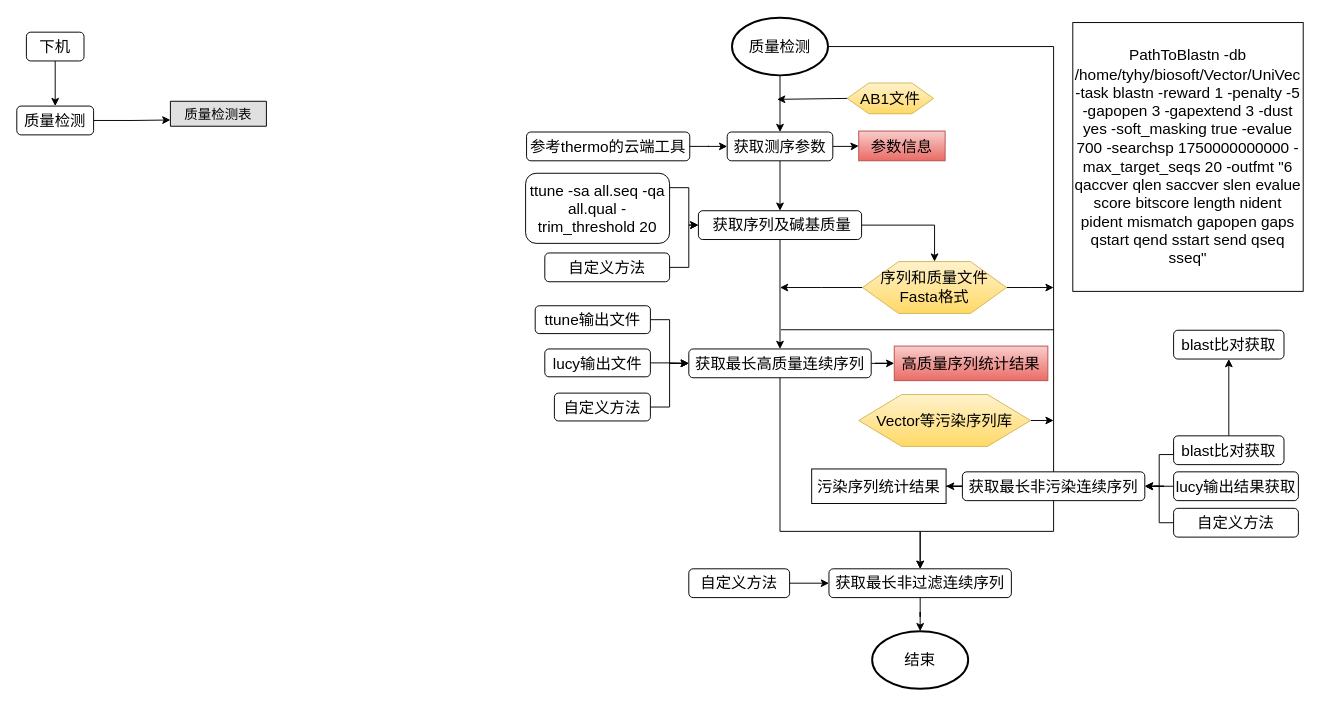
The draw.io diagram doc/FlowChat.drawio in lry198010/SangerSequenceAnalysis, before the edit. Source tidied: cells renumbered, new cells numbered last; positions are measured from the earlier drawing's top-left corner, leaving out a move shared by most shapes. Both pictures are drawn from the tidied source at 96%, with x=0, y=0 at pixel (16, 17).
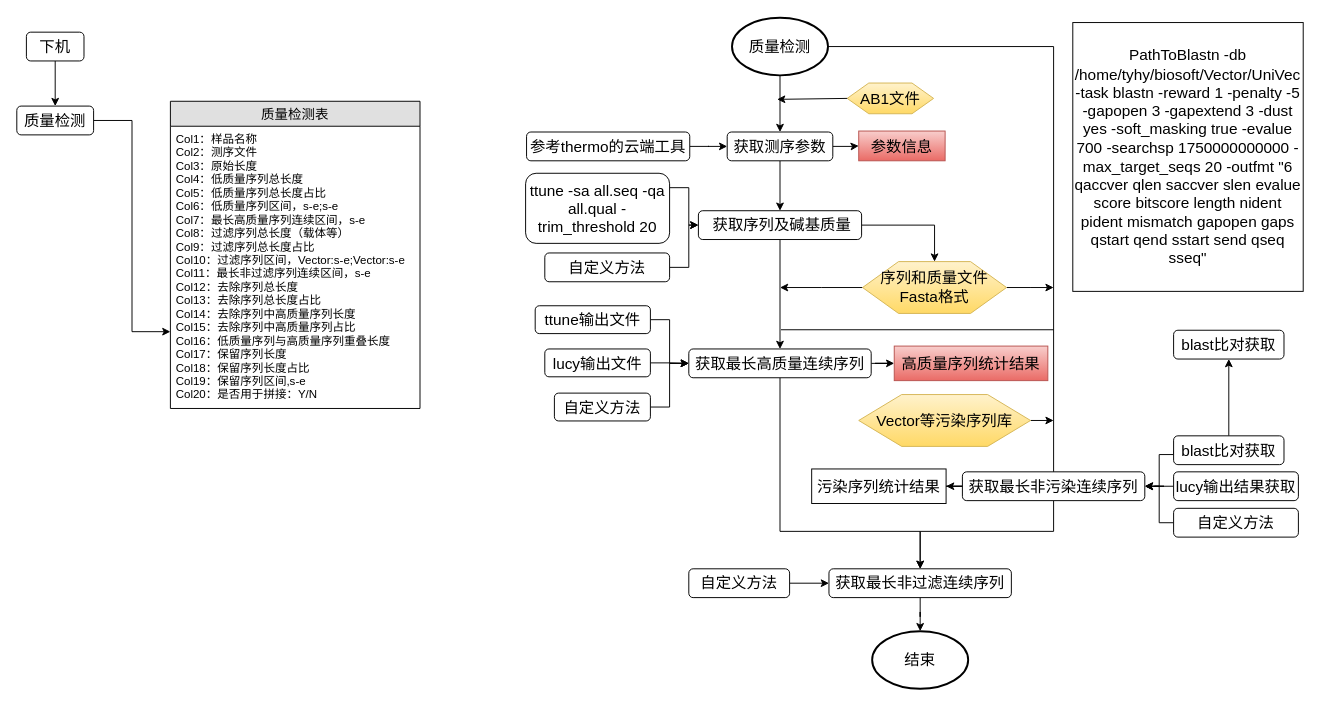
The same diagram, later.

Commit message:
Add Assembled Stat in Quality check output table. FlowChat.drawio

What changed in the source:
```diff
@@
-    <mxCell id="6" value="质量检测表" style="swimlane;fontStyle=0;horizontal=1;startSize=26;fillColor=#e0e0e0;swimlaneFillColor=#ffffff;align=center;fontSize=14;" parent="1" vertex="1" collapsed="1">
-      <mxGeometry x="160" y="87" width="100" height="26" as="geometry" />
+    <mxCell id="6" value="质量检测表" style="swimlane;fontStyle=0;horizontal=1;startSize=26;fillColor=#e0e0e0;swimlaneFillColor=#ffffff;align=center;fontSize=14;" parent="1" vertex="1">
+      <mxGeometry x="160" y="87" width="260" height="320" as="geometry" />
     </mxCell>
+    <mxCell id="59" value="Col1：样品名称&#10;Col2：测序文件&#10;Col3：原始长度&#10;Col4：低质量序列总长度&#10;Col5：低质量序列总长度占比&#10;Col6：低质量序列区间，s-e;s-e&#10;Col7：最长高质量序列连续区间，s-e&#10;Col8：过滤序列总长度（载体等）&#10;Col9：过滤序列总长度占比&#10;Col10：过滤序列区间，Vector:s-e;Vector:s-e&#10;Col11：最长非过滤序列连续区间，s-e&#10;Col12：去除序列总长度&#10;Col13：去除序列总长度占比&#10;Col14：去除序列中高质量序列长度&#10;Col15：去除序列中高质量序列占比&#10;Col16：低质量序列与高质量序列重叠长度&#10;Col17：保留序列长度&#10;Col18：保留序列长度占比&#10;Col19：保留序列区间,s-e&#10;Col20：是否用于拼接：Y/N&#10;" style="text;strokeColor=none;fillColor=none;spacingLeft=4;spacingRight=4;overflow=hidden;fontSize=12;" parent="6" vertex="1">
+      <mxGeometry y="26" width="260" height="294" as="geometry" />
+    </mxCell>
```
